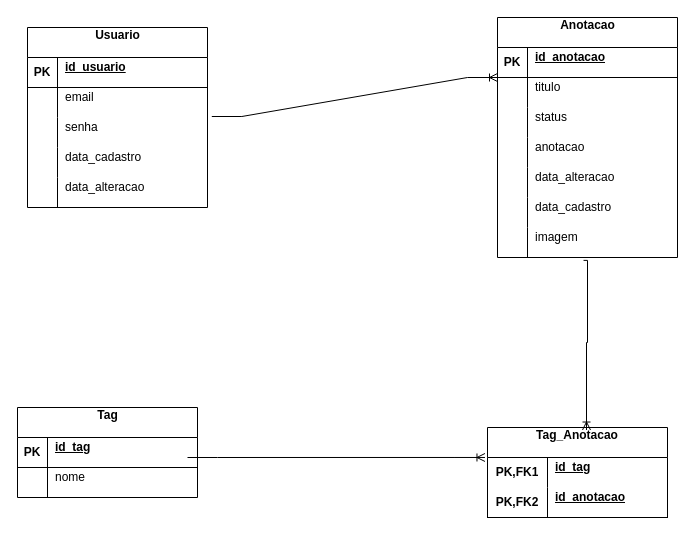
Before: page "Logico Bugou mais complica" (2 of 3) of Modelagem/Bugou mais compila .drawio in biakevedo/ProjetoFinal, a draw.io diagram. Source tidied: cells renumbered, new cells numbered last; positions are measured from the earlier drawing's top-left corner, leaving out a move shared by most shapes. Both pictures are drawn from the tidied source at 100%, with x=0, y=0 at pixel (17, 17).
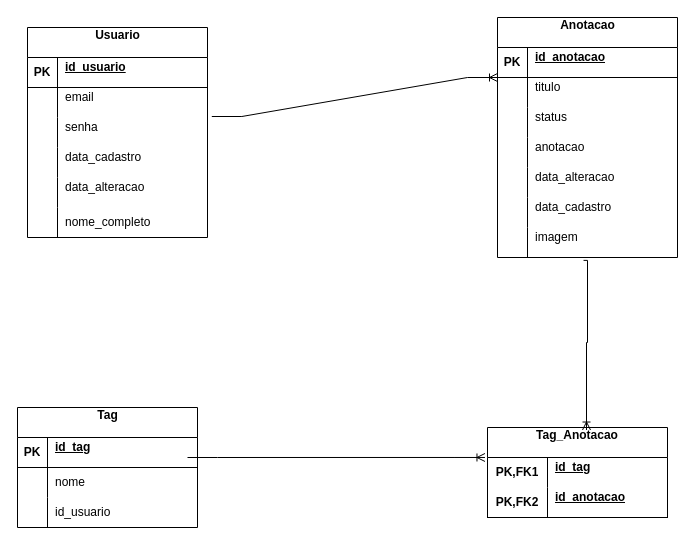
After the change.

The change refers to these unchanged cells:
```xml
<mxCell id="44" style="shape=tableRow;horizontal=0;startSize=0;swimlaneHead=0;swimlaneBody=0;fillColor=none;top=0;left=0;right=0;bottom=0;" parent="40" vertex="1">
  <mxGeometry y="60" width="180" height="30" as="geometry" />
</mxCell>
```

The edit, as a diff of the source:
```diff
@@
     <mxCell id="2" value="Usuario&lt;div&gt;&lt;br&gt;&lt;/div&gt;" style="shape=table;startSize=30;childLayout=tableLayout;rowLines=0;fontStyle=1;align=center;html=1;" parent="1" vertex="1">
-      <mxGeometry x="10" y="10" width="180" height="180" as="geometry" />
+      <mxGeometry x="10" y="10" width="180" height="210" as="geometry" />
     </mxCell>
@@
+    <mxCell id="57" style="shape=tableRow;horizontal=0;startSize=0;swimlaneHead=0;swimlaneBody=0;fillColor=none;top=0;left=0;right=0;bottom=0;" parent="2" vertex="1">
+      <mxGeometry y="180" width="180" height="30" as="geometry" />
+    </mxCell>
+    <mxCell id="58" style="shape=partialRectangle;fillColor=none;top=0;left=0;bottom=0;right=0;overflow=hidden;whiteSpace=wrap;html=1;" parent="57" vertex="1">
+      <mxGeometry width="30" height="30" as="geometry" />
+    </mxCell>
+    <mxCell id="59" value="&lt;div&gt;nome_completo&lt;/div&gt;" style="shape=partialRectangle;fillColor=none;top=0;left=0;bottom=0;right=0;align=left;spacingLeft=6;overflow=hidden;whiteSpace=wrap;html=1;" parent="57" vertex="1">
+      <mxGeometry x="30" width="150" height="30" as="geometry" />
+    </mxCell>
@@
     <mxCell id="40" value="Tag&lt;div&gt;&lt;br&gt;&lt;/div&gt;" style="shape=table;startSize=30;childLayout=tableLayout;rowLines=0;fontStyle=1;align=center;html=1;" parent="1" vertex="1">
-      <mxGeometry y="390" width="180" height="90" as="geometry" />
+      <mxGeometry y="390" width="180" height="120" as="geometry" />
     </mxCell>
@@
-    <mxCell id="46" value="&lt;div&gt;nome&lt;/div&gt;&lt;div&gt;&lt;br&gt;&lt;/div&gt;" style="shape=partialRectangle;fillColor=none;top=0;left=0;bottom=0;right=0;align=left;spacingLeft=6;overflow=hidden;whiteSpace=wrap;html=1;" parent="44" vertex="1">
+    <mxCell id="46" value="&lt;div&gt;nome&lt;/div&gt;" style="shape=partialRectangle;fillColor=none;top=0;left=0;bottom=0;right=0;align=left;spacingLeft=6;overflow=hidden;whiteSpace=wrap;html=1;" parent="44" vertex="1">
       <mxGeometry x="30" width="150" height="30" as="geometry" />
     </mxCell>
+    <mxCell id="60" style="shape=tableRow;horizontal=0;startSize=0;swimlaneHead=0;swimlaneBody=0;fillColor=none;top=0;left=0;right=0;bottom=0;" parent="40" vertex="1">
+      <mxGeometry y="90" width="180" height="30" as="geometry" />
+    </mxCell>
+    <mxCell id="61" style="shape=partialRectangle;fillColor=none;top=0;left=0;bottom=0;right=0;overflow=hidden;whiteSpace=wrap;html=1;" parent="60" vertex="1">
+      <mxGeometry width="30" height="30" as="geometry" />
+    </mxCell>
+    <mxCell id="62" value="&lt;div&gt;id_usuario&lt;/div&gt;" style="shape=partialRectangle;fillColor=none;top=0;left=0;bottom=0;right=0;align=left;spacingLeft=6;overflow=hidden;whiteSpace=wrap;html=1;" parent="60" vertex="1">
+      <mxGeometry x="30" width="150" height="30" as="geometry" />
+    </mxCell>
```
